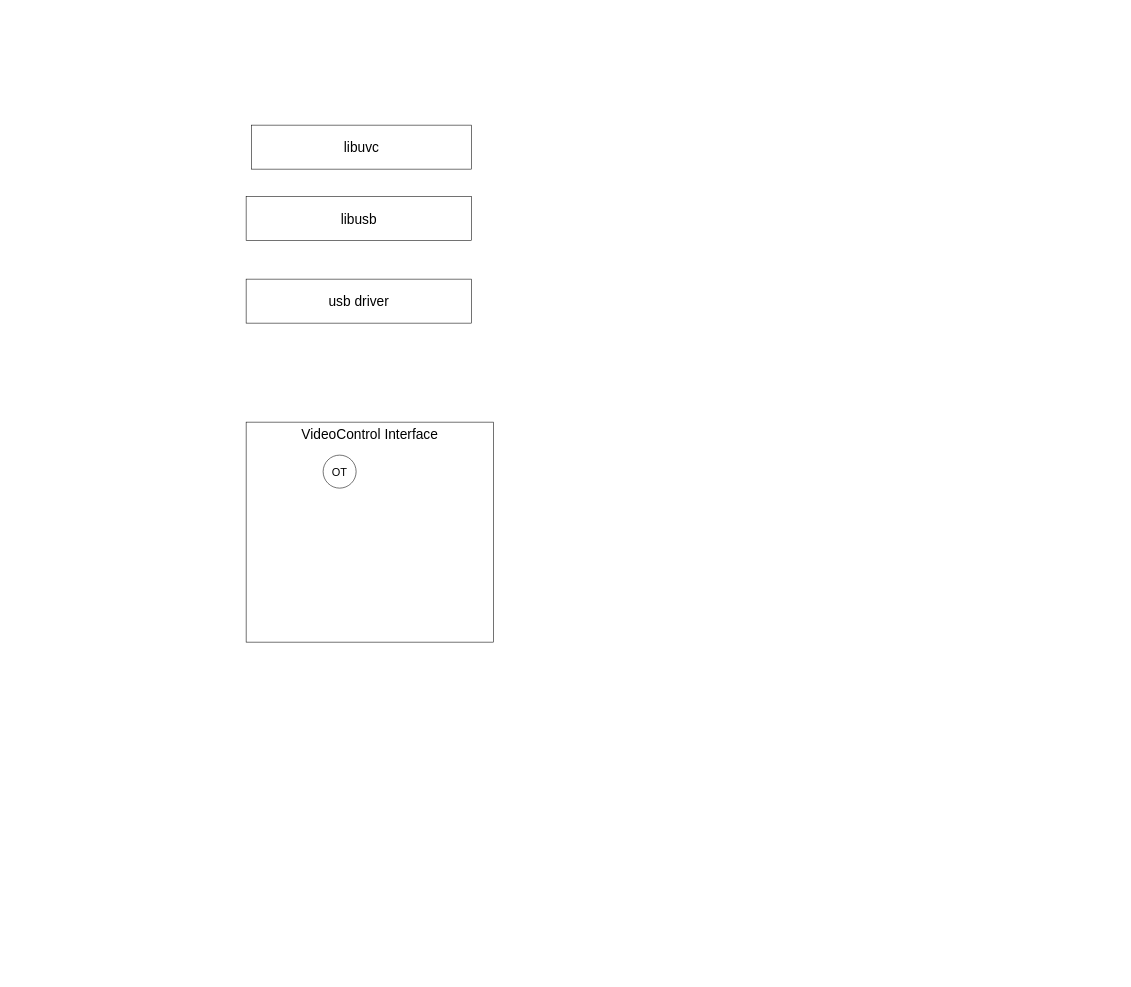
This is page "UVC" (2 of 3) of xc01 usb.drawio from joliet0l/Diagram, a draw.io file, before an edit. Source tidied: cells renumbered, new cells numbered last; positions are measured from the earlier drawing's top-left corner, leaving out a move shared by most shapes. Both pictures are drawn from the tidied source at 55%, with x=0, y=0 at pixel (246, 125).
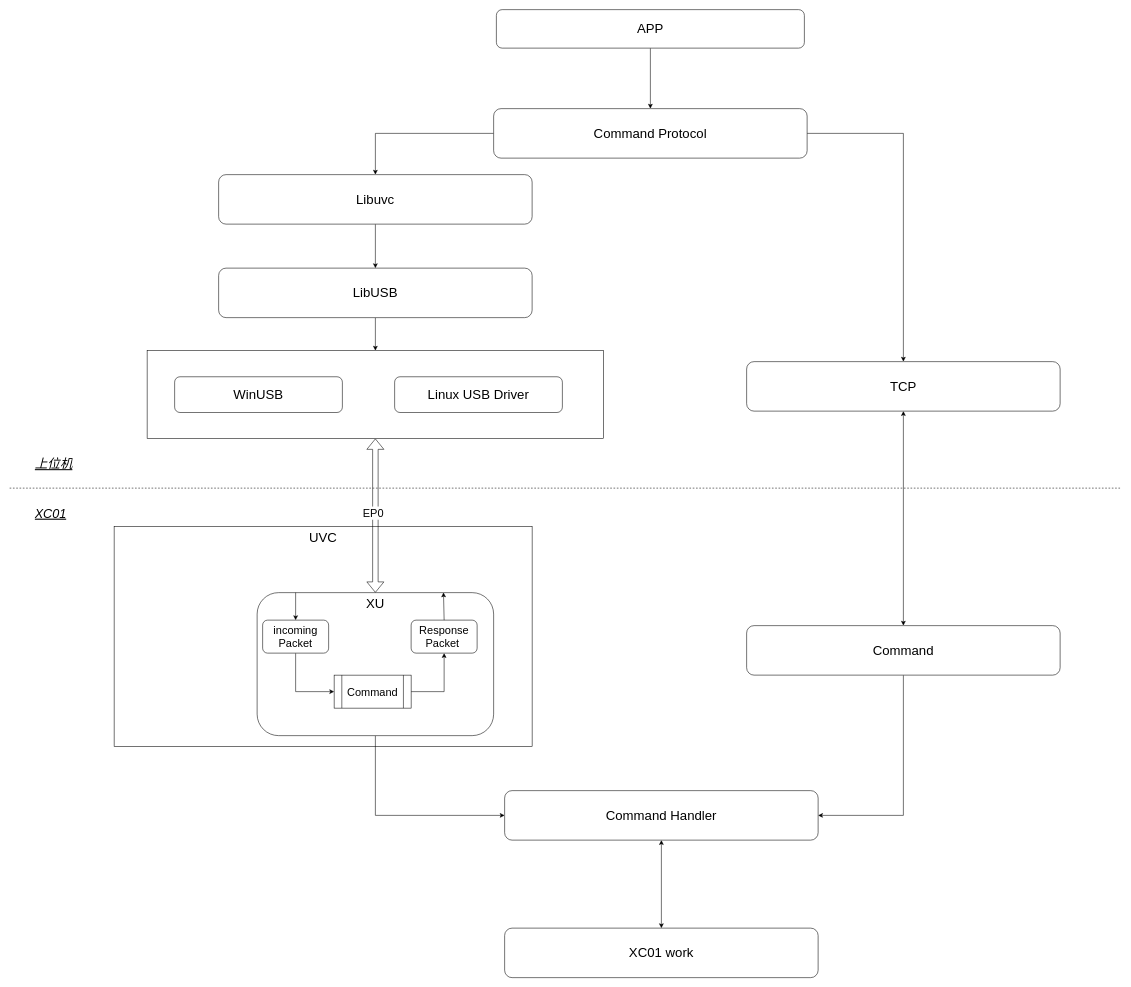
The same diagram, later.

Diff of the diagram source:
```diff
@@
-    <mxCell id="2" value="libuvc" style="rounded=0;whiteSpace=wrap;html=1;fontSize=25;" parent="1" vertex="1">
-      <mxGeometry x="10" width="400" height="80" as="geometry" />
-    </mxCell>
-    <mxCell id="3" value="libusb" style="rounded=0;whiteSpace=wrap;html=1;fontSize=25;" parent="1" vertex="1">
-      <mxGeometry y="130" width="410" height="80" as="geometry" />
-    </mxCell>
-    <mxCell id="4" value="usb driver" style="rounded=0;whiteSpace=wrap;html=1;fontSize=25;" parent="1" vertex="1">
-      <mxGeometry y="280" width="410" height="80" as="geometry" />
-    </mxCell>
-    <mxCell id="5" value="VideoControl Interface" style="rounded=0;whiteSpace=wrap;html=1;fontSize=25;verticalAlign=top;" parent="1" vertex="1">
-      <mxGeometry y="540" width="450" height="400" as="geometry" />
-    </mxCell>
-    <mxCell id="6" value="OT" style="ellipse;whiteSpace=wrap;html=1;fontSize=20;" parent="1" vertex="1">
-      <mxGeometry x="140" y="600" width="60" height="60" as="geometry" />
-    </mxCell>
+    <mxCell id="7" value="UVC" style="rounded=0;whiteSpace=wrap;html=1;verticalAlign=top;fontSize=24;" parent="1" vertex="1">
+      <mxGeometry x="-240" y="730" width="760" height="400" as="geometry" />
+    </mxCell>
+    <mxCell id="8" style="edgeStyle=orthogonalEdgeStyle;rounded=0;jettySize=auto;html=1;entryX=0.5;entryY=0;entryDx=0;entryDy=0;shape=flexArrow;startArrow=classic;startFill=1;" parent="1" edge="1" source="10" target="12">
+      <mxGeometry relative="1" as="geometry" />
+    </mxCell>
+    <mxCell id="9" value="&lt;font style=&quot;font-size: 20px;&quot;&gt;EP0&lt;/font&gt;" style="edgeLabel;html=1;align=center;verticalAlign=middle;" parent="8" vertex="1">
+      <mxGeometry x="-0.04" y="-5" relative="1" as="geometry" />
+    </mxCell>
+    <mxCell id="10" style="rounded=0;whiteSpace=wrap;html=1;" parent="1" vertex="1">
+      <mxGeometry x="-180" y="410" width="830" height="160" as="geometry" />
+    </mxCell>
+    <mxCell id="11" style="edgeStyle=orthogonalEdgeStyle;rounded=0;jettySize=auto;html=1;entryX=0;entryY=0.5;entryDx=0;entryDy=0;exitX=0.5;exitY=1;exitDx=0;exitDy=0;" parent="1" edge="1" source="12" target="35">
+      <mxGeometry relative="1" as="geometry" />
+    </mxCell>
+    <mxCell id="12" value="XU" style="rounded=1;whiteSpace=wrap;html=1;fontSize=24;labelPosition=center;verticalLabelPosition=middle;align=center;verticalAlign=top;" parent="1" vertex="1">
+      <mxGeometry x="20" y="850" width="430" height="260" as="geometry" />
+    </mxCell>
+    <mxCell id="13" style="edgeStyle=orthogonalEdgeStyle;rounded=0;jettySize=auto;html=1;" parent="1" edge="1" source="14" target="10">
+      <mxGeometry relative="1" as="geometry" />
+    </mxCell>
+    <mxCell id="14" value="LibUSB" style="rounded=1;whiteSpace=wrap;html=1;fontSize=24;" parent="1" vertex="1">
+      <mxGeometry x="-50" y="260" width="570" height="90" as="geometry" />
+    </mxCell>
+    <mxCell id="15" value="WinUSB" style="rounded=1;whiteSpace=wrap;html=1;fontSize=24;" parent="1" vertex="1">
+      <mxGeometry x="-130" y="457.5" width="305" height="65" as="geometry" />
+    </mxCell>
+    <mxCell id="16" style="edgeStyle=orthogonalEdgeStyle;rounded=0;jettySize=auto;html=1;entryX=0.5;entryY=1;entryDx=0;entryDy=0;exitX=1;exitY=0.5;exitDx=0;exitDy=0;" parent="1" edge="1" source="17" target="20">
+      <mxGeometry relative="1" as="geometry" />
+    </mxCell>
+    <mxCell id="17" value="Command" style="shape=process;whiteSpace=wrap;html=1;backgroundOutline=1;fontSize=20;" parent="1" vertex="1">
+      <mxGeometry x="160" y="1000" width="140" height="60" as="geometry" />
+    </mxCell>
+    <mxCell id="18" style="edgeStyle=orthogonalEdgeStyle;rounded=0;jettySize=auto;html=1;entryX=0;entryY=0.5;entryDx=0;entryDy=0;exitX=0.5;exitY=1;exitDx=0;exitDy=0;" parent="1" edge="1" source="19" target="17">
+      <mxGeometry relative="1" as="geometry" />
+    </mxCell>
+    <mxCell id="19" value="&lt;div&gt;incoming&lt;/div&gt;&lt;div&gt;Packet&lt;/div&gt;" style="rounded=1;whiteSpace=wrap;html=1;fontSize=20;" parent="1" vertex="1">
+      <mxGeometry x="30" y="900" width="120" height="60" as="geometry" />
+    </mxCell>
+    <mxCell id="20" value="&lt;div&gt;Response&lt;/div&gt;&lt;div&gt;Packet&amp;nbsp;&lt;/div&gt;" style="rounded=1;whiteSpace=wrap;html=1;fontSize=20;" parent="1" vertex="1">
+      <mxGeometry x="300" y="900" width="120" height="60" as="geometry" />
+    </mxCell>
+    <mxCell id="21" style="endArrow=none;html=1;rounded=0;exitX=0.5;exitY=0;exitDx=0;exitDy=0;startArrow=classic;startFill=1;" parent="1" edge="1" source="19">
+      <mxGeometry relative="1" as="geometry">
+        <mxPoint x="90" y="850" as="targetPoint" />
+      </mxGeometry>
+    </mxCell>
+    <mxCell id="22" style="endArrow=classic;html=1;rounded=0;entryX=0.788;entryY=-0.001;entryDx=0;entryDy=0;exitX=0.5;exitY=0;exitDx=0;exitDy=0;entryPerimeter=0;" parent="1" edge="1" source="20" target="12">
+      <mxGeometry relative="1" as="geometry" />
+    </mxCell>
+    <mxCell id="23" style="edgeStyle=orthogonalEdgeStyle;rounded=0;jettySize=auto;html=1;" parent="1" edge="1" source="24" target="29">
+      <mxGeometry relative="1" as="geometry" />
+    </mxCell>
+    <mxCell id="24" value="APP" style="rounded=1;whiteSpace=wrap;html=1;fontSize=24;" parent="1" vertex="1">
+      <mxGeometry x="455" y="-210" width="560" height="70" as="geometry" />
+    </mxCell>
+    <mxCell id="25" style="endArrow=none;dashed=1;html=1;rounded=0;" parent="1" edge="1">
+      <mxGeometry relative="1" as="geometry">
+        <mxPoint x="-430" y="660" as="sourcePoint" />
+        <mxPoint x="1590" y="660" as="targetPoint" />
+      </mxGeometry>
+    </mxCell>
+    <mxCell id="26" value="Linux USB Driver" style="rounded=1;whiteSpace=wrap;html=1;fontSize=24;" parent="1" vertex="1">
+      <mxGeometry x="270" y="457.5" width="305" height="65" as="geometry" />
+    </mxCell>
+    <mxCell id="27" style="edgeStyle=orthogonalEdgeStyle;rounded=0;jettySize=auto;html=1;exitX=0;exitY=0.5;exitDx=0;exitDy=0;entryX=0.5;entryY=0;entryDx=0;entryDy=0;" parent="1" edge="1" source="29" target="38">
+      <mxGeometry relative="1" as="geometry" />
+    </mxCell>
+    <mxCell id="28" style="edgeStyle=orthogonalEdgeStyle;rounded=0;jettySize=auto;html=1;entryX=0.5;entryY=0;entryDx=0;entryDy=0;exitX=1;exitY=0.5;exitDx=0;exitDy=0;" parent="1" edge="1" source="29" target="31">
+      <mxGeometry relative="1" as="geometry" />
+    </mxCell>
+    <mxCell id="29" value="Command Protocol" style="rounded=1;whiteSpace=wrap;html=1;fontSize=24;" parent="1" vertex="1">
+      <mxGeometry x="450" y="-30" width="570" height="90" as="geometry" />
+    </mxCell>
+    <mxCell id="30" style="edgeStyle=orthogonalEdgeStyle;rounded=0;jettySize=auto;html=1;startArrow=classic;startFill=1;" parent="1" edge="1" source="31" target="33">
+      <mxGeometry relative="1" as="geometry" />
+    </mxCell>
+    <mxCell id="31" value="TCP" style="rounded=1;whiteSpace=wrap;html=1;fontSize=24;" parent="1" vertex="1">
+      <mxGeometry x="910" y="430" width="570" height="90" as="geometry" />
+    </mxCell>
+    <mxCell id="32" style="edgeStyle=orthogonalEdgeStyle;rounded=0;jettySize=auto;html=1;entryX=1;entryY=0.5;entryDx=0;entryDy=0;" parent="1" edge="1" source="33" target="35">
+      <mxGeometry relative="1" as="geometry" />
+    </mxCell>
+    <mxCell id="33" value="Command" style="rounded=1;whiteSpace=wrap;html=1;fontSize=24;" parent="1" vertex="1">
+      <mxGeometry x="910" y="910" width="570" height="90" as="geometry" />
+    </mxCell>
+    <mxCell id="34" style="edgeStyle=orthogonalEdgeStyle;rounded=0;jettySize=auto;html=1;endArrow=classic;endFill=1;startArrow=classic;startFill=1;" parent="1" edge="1" source="35" target="36">
+      <mxGeometry relative="1" as="geometry" />
+    </mxCell>
+    <mxCell id="35" value="Command Handler" style="rounded=1;whiteSpace=wrap;html=1;fontSize=24;" parent="1" vertex="1">
+      <mxGeometry x="470" y="1210" width="570" height="90" as="geometry" />
+    </mxCell>
+    <mxCell id="36" value="XC01 work" style="rounded=1;whiteSpace=wrap;html=1;fontSize=24;" parent="1" vertex="1">
+      <mxGeometry x="470" y="1460" width="570" height="90" as="geometry" />
+    </mxCell>
+    <mxCell id="37" style="edgeStyle=orthogonalEdgeStyle;rounded=0;jettySize=auto;html=1;entryX=0.5;entryY=0;entryDx=0;entryDy=0;" parent="1" edge="1" source="38" target="14">
+      <mxGeometry relative="1" as="geometry" />
+    </mxCell>
+    <mxCell id="38" value="Libuvc" style="rounded=1;whiteSpace=wrap;html=1;fontSize=24;" parent="1" vertex="1">
+      <mxGeometry x="-50" y="90" width="570" height="90" as="geometry" />
+    </mxCell>
+    <mxCell id="39" value="上位机" style="text;strokeColor=none;fillColor=none;align=left;verticalAlign=middle;spacingLeft=4;spacingRight=4;overflow=hidden;whiteSpace=wrap;html=1;fontSize=23;fontStyle=6;" parent="1" vertex="1">
+      <mxGeometry x="-390" y="600" width="130" height="30" as="geometry" />
+    </mxCell>
+    <mxCell id="40" value="XC01" style="text;strokeColor=none;fillColor=none;align=left;verticalAlign=middle;spacingLeft=4;spacingRight=4;overflow=hidden;whiteSpace=wrap;html=1;fontSize=23;fontStyle=6;" parent="1" vertex="1">
+      <mxGeometry x="-390" y="690" width="130" height="30" as="geometry" />
+    </mxCell>
```
